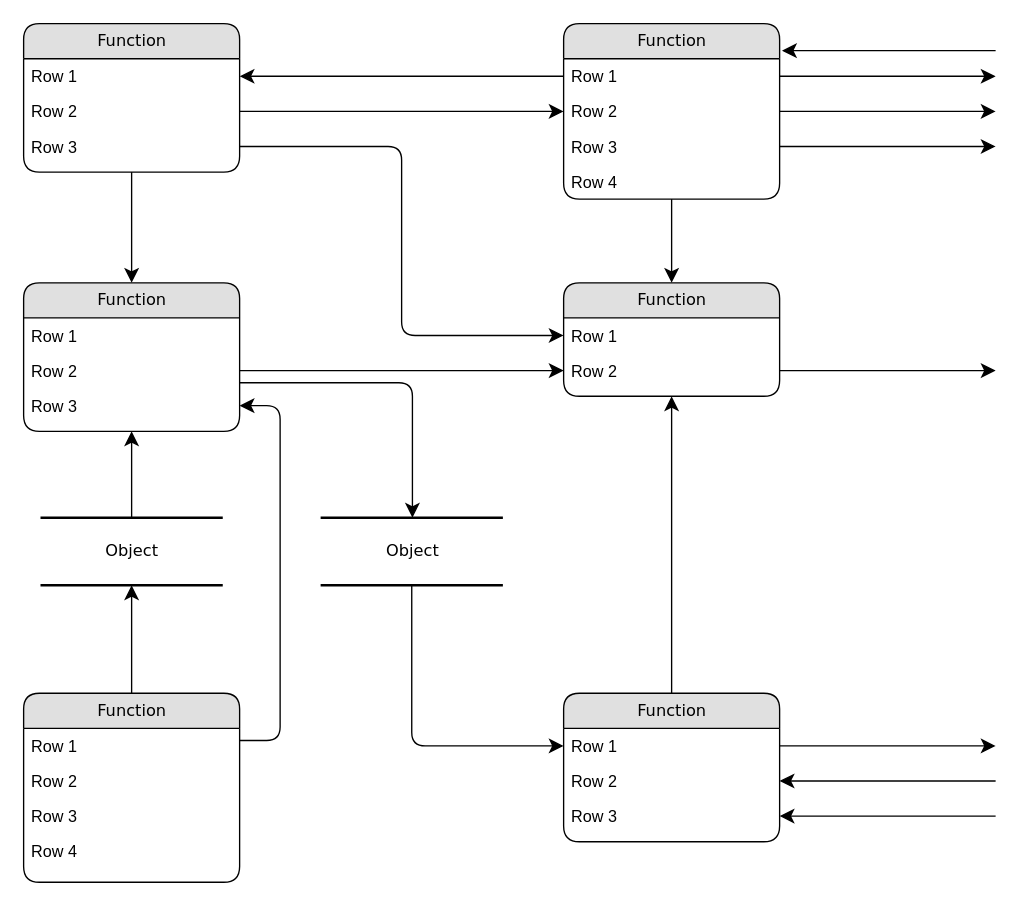
Earlier version of the draw.io diagram Untitled Diagram.drawio (Crumbled-potato/Picture). Source tidied: cells renumbered, new cells numbered last; positions are measured from the earlier drawing's top-left corner, leaving out a move shared by most shapes. Both pictures are drawn from the tidied source at 135%, with x=0, y=0 at pixel (23, 23).
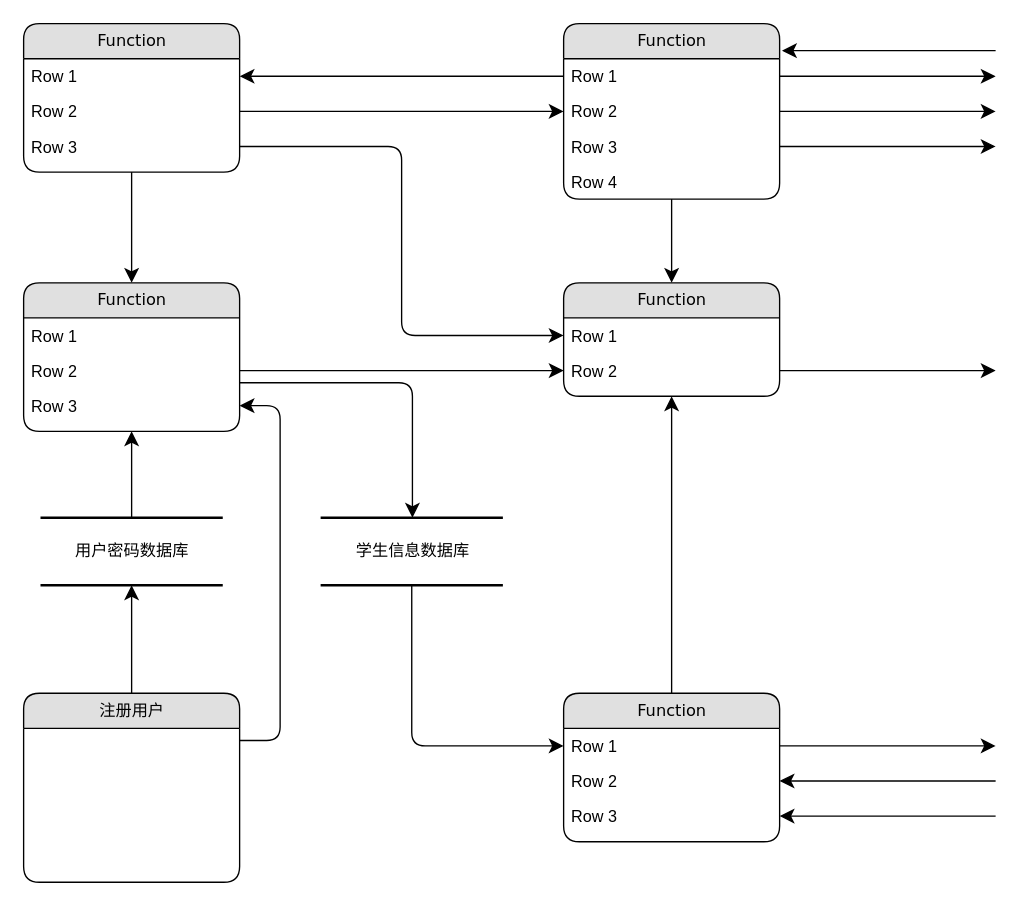
After the change.

What changed in the source:
```diff
@@
-    <mxCell id="2" value="Object" style="html=1;rounded=0;shadow=0;comic=0;labelBackgroundColor=none;strokeWidth=2;fontFamily=Verdana;fontSize=12;align=center;shape=mxgraph.ios7ui.horLines;" parent="1" vertex="1">
+    <mxCell id="2" value="用户密码数据库" style="html=1;rounded=0;shadow=0;comic=0;labelBackgroundColor=none;strokeWidth=2;fontFamily=Verdana;fontSize=12;align=center;shape=mxgraph.ios7ui.horLines;" parent="1" vertex="1">
       <mxGeometry x="12.5" y="366" width="135" height="50" as="geometry" />
     </mxCell>
@@
-    <mxCell id="16" value="Function" style="swimlane;html=1;fontStyle=0;horizontal=1;startSize=26;fillColor=#e0e0e0;swimlaneFillColor=#ffffff;align=center;rounded=1;shadow=0;comic=0;labelBackgroundColor=none;strokeWidth=1;fontFamily=Verdana;fontSize=12;" parent="1" vertex="1">
+    <mxCell id="16" value="注册用户" style="swimlane;html=1;fontStyle=0;horizontal=1;startSize=26;fillColor=#e0e0e0;swimlaneFillColor=#ffffff;align=center;rounded=1;shadow=0;comic=0;labelBackgroundColor=none;strokeWidth=1;fontFamily=Verdana;fontSize=12;" parent="1" vertex="1">
       <mxGeometry y="496" width="160" height="140" as="geometry" />
     </mxCell>
-    <mxCell id="17" value="Row 1" style="text;html=1;strokeColor=none;fillColor=none;spacingLeft=4;spacingRight=4;whiteSpace=wrap;overflow=hidden;" parent="16" vertex="1">
-      <mxGeometry y="26" width="160" height="26" as="geometry" />
-    </mxCell>
-    <mxCell id="18" value="Row 2" style="text;html=1;strokeColor=none;fillColor=none;spacingLeft=4;spacingRight=4;whiteSpace=wrap;overflow=hidden;" parent="16" vertex="1">
-      <mxGeometry y="52" width="160" height="26" as="geometry" />
-    </mxCell>
-    <mxCell id="19" value="Row 3" style="text;html=1;strokeColor=none;fillColor=none;spacingLeft=4;spacingRight=4;whiteSpace=wrap;overflow=hidden;" parent="16" vertex="1">
-      <mxGeometry y="78" width="160" height="26" as="geometry" />
-    </mxCell>
-    <mxCell id="20" value="Row 4" style="text;html=1;strokeColor=none;fillColor=none;spacingLeft=4;spacingRight=4;whiteSpace=wrap;overflow=hidden;" parent="16" vertex="1">
-      <mxGeometry y="104" width="160" height="26" as="geometry" />
-    </mxCell>
@@
-    <mxCell id="28" value="Object" style="html=1;rounded=0;shadow=0;comic=0;labelBackgroundColor=none;strokeWidth=2;fontFamily=Verdana;fontSize=12;align=center;shape=mxgraph.ios7ui.horLines;" parent="1" vertex="1">
+    <mxCell id="28" value="学生信息数据库" style="html=1;rounded=0;shadow=0;comic=0;labelBackgroundColor=none;strokeWidth=2;fontFamily=Verdana;fontSize=12;align=center;shape=mxgraph.ios7ui.horLines;" parent="1" vertex="1">
       <mxGeometry x="220" y="366" width="135" height="50" as="geometry" />
     </mxCell>
```
